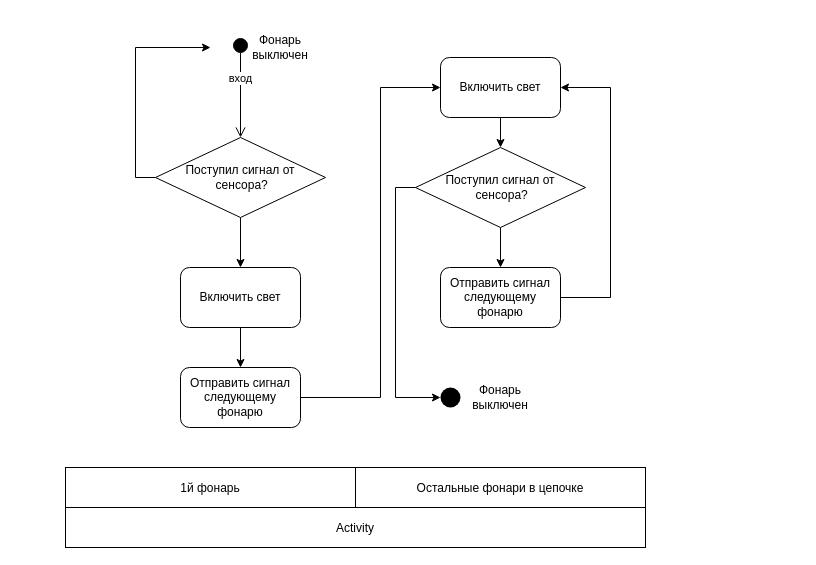
yanelena/diagrams keeps this draw.io diagram as page "Page-3" (3 of 8) of condition.drawio. Above is the earlier version. Source tidied: cells renumbered, new cells numbered last; positions are measured from the earlier drawing's top-left corner, leaving out a move shared by most shapes. Both pictures are drawn from the tidied source at 100%, with x=0, y=0 at pixel (65, 37).
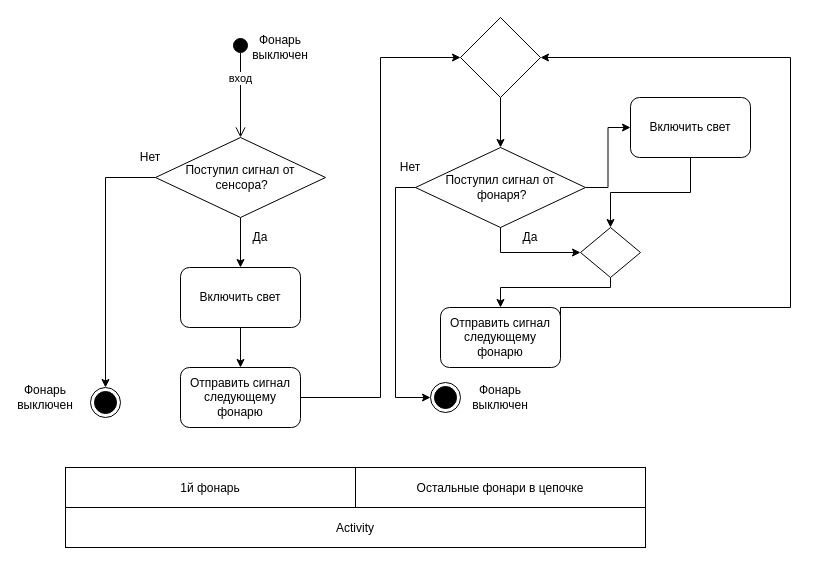
The same page after the edit.

Unchanged cells that the change refers to:
```xml
<mxCell id="7" value="Отправить сигнал&lt;br&gt;следующему фонарю" style="rounded=1;whiteSpace=wrap;html=1;" parent="1" vertex="1">
  <mxGeometry x="115" y="330" width="120" height="60" as="geometry" />
</mxCell>
<mxCell id="10" value="Поступил сигнал от&lt;br&gt;&amp;nbsp;сенсора?" style="rhombus;whiteSpace=wrap;html=1;" parent="1" vertex="1">
  <mxGeometry x="90" y="100" width="170" height="80" as="geometry" />
</mxCell>
```

The edit, as a diff of the source:
```diff
@@
-    <mxCell id="6" style="edgeStyle=orthogonalEdgeStyle;rounded=0;jettySize=auto;html=1;exitX=1;exitY=0.5;exitDx=0;exitDy=0;entryX=0;entryY=0.5;entryDx=0;entryDy=0;" parent="1" edge="1" source="7" target="12">
+    <mxCell id="6" style="edgeStyle=orthogonalEdgeStyle;rounded=0;jettySize=auto;html=1;exitX=1;exitY=0.5;exitDx=0;exitDy=0;entryX=0;entryY=0.5;entryDx=0;entryDy=0;" parent="1" edge="1" source="7" target="32">
       <mxGeometry relative="1" as="geometry">
         <Array as="points">
           <mxPoint x="315" y="360" />
-          <mxPoint x="315" y="50" />
+          <mxPoint x="315" y="20" />
         </Array>
       </mxGeometry>
     </mxCell>
@@
-    <mxCell id="8" style="edgeStyle=orthogonalEdgeStyle;rounded=0;jettySize=auto;html=1;exitX=0;exitY=0.5;exitDx=0;exitDy=0;" parent="1" edge="1" source="10">
+    <mxCell id="8" style="edgeStyle=orthogonalEdgeStyle;rounded=0;jettySize=auto;html=1;exitX=0;exitY=0.5;exitDx=0;exitDy=0;entryX=0.5;entryY=0;entryDx=0;entryDy=0;" parent="1" edge="1" source="10" target="30">
       <mxGeometry relative="1" as="geometry">
-        <mxPoint x="145" y="10" as="targetPoint" />
         <Array as="points">
-          <mxPoint x="70" y="140" />
-          <mxPoint x="70" y="10" />
+          <mxPoint x="40" y="140" />
         </Array>
       </mxGeometry>
     </mxCell>
@@
-    <mxCell id="11" style="edgeStyle=orthogonalEdgeStyle;rounded=0;jettySize=auto;html=1;exitX=0.5;exitY=1;exitDx=0;exitDy=0;entryX=0.5;entryY=0;entryDx=0;entryDy=0;" parent="1" edge="1" source="12" target="15">
-      <mxGeometry relative="1" as="geometry" />
-    </mxCell>
+    <mxCell id="23" style="edgeStyle=orthogonalEdgeStyle;rounded=0;jettySize=auto;html=1;exitX=0.5;exitY=1;exitDx=0;exitDy=0;entryX=0.5;entryY=0;entryDx=0;entryDy=0;" parent="1" edge="1" source="12" target="35">
+      <mxGeometry relative="1" as="geometry" />
+    </mxCell>
     <mxCell id="12" value="Включить свет" style="rounded=1;whiteSpace=wrap;html=1;" parent="1" vertex="1">
-      <mxGeometry x="375" y="20" width="120" height="60" as="geometry" />
+      <mxGeometry x="565" y="60" width="120" height="60" as="geometry" />
     </mxCell>
-    <mxCell id="13" style="edgeStyle=orthogonalEdgeStyle;rounded=0;jettySize=auto;html=1;exitX=0.5;exitY=1;exitDx=0;exitDy=0;entryX=0.5;entryY=0;entryDx=0;entryDy=0;" parent="1" edge="1" source="15" target="17">
+    <mxCell id="13" style="edgeStyle=orthogonalEdgeStyle;rounded=0;jettySize=auto;html=1;exitX=0.5;exitY=1;exitDx=0;exitDy=0;entryX=0;entryY=0.5;entryDx=0;entryDy=0;" parent="1" edge="1" source="15" target="35">
       <mxGeometry relative="1" as="geometry" />
     </mxCell>
-    <mxCell id="14" style="edgeStyle=orthogonalEdgeStyle;rounded=0;jettySize=auto;html=1;exitX=0;exitY=0.5;exitDx=0;exitDy=0;entryX=0;entryY=0.5;entryDx=0;entryDy=0;" parent="1" edge="1" source="15" target="18">
+    <mxCell id="14" style="edgeStyle=orthogonalEdgeStyle;rounded=0;jettySize=auto;html=1;exitX=0;exitY=0.5;exitDx=0;exitDy=0;entryX=0;entryY=0.5;entryDx=0;entryDy=0;" parent="1" edge="1" source="15" target="29">
       <mxGeometry relative="1" as="geometry" />
     </mxCell>
+    <mxCell id="24" style="edgeStyle=orthogonalEdgeStyle;rounded=0;jettySize=auto;html=1;exitX=1;exitY=0.5;exitDx=0;exitDy=0;entryX=0;entryY=0.5;entryDx=0;entryDy=0;" parent="1" edge="1" source="15" target="12">
+      <mxGeometry relative="1" as="geometry" />
+    </mxCell>
-    <mxCell id="15" value="Поступил сигнал от&lt;br&gt;&amp;nbsp;сенсора?" style="rhombus;whiteSpace=wrap;html=1;" parent="1" vertex="1">
+    <mxCell id="15" value="Поступил сигнал от&lt;br&gt;&amp;nbsp;фонаря?" style="rhombus;whiteSpace=wrap;html=1;" parent="1" vertex="1">
       <mxGeometry x="350" y="110" width="170" height="80" as="geometry" />
     </mxCell>
-    <mxCell id="16" style="edgeStyle=orthogonalEdgeStyle;rounded=0;jettySize=auto;html=1;exitX=1;exitY=0.5;exitDx=0;exitDy=0;entryX=1;entryY=0.5;entryDx=0;entryDy=0;" parent="1" edge="1" source="17" target="12">
+    <mxCell id="16" style="edgeStyle=orthogonalEdgeStyle;rounded=0;jettySize=auto;html=1;exitX=1;exitY=0.5;exitDx=0;exitDy=0;entryX=1;entryY=0.5;entryDx=0;entryDy=0;" parent="1" edge="1" source="17" target="32">
       <mxGeometry relative="1" as="geometry">
         <Array as="points">
-          <mxPoint x="545" y="260" />
-          <mxPoint x="545" y="50" />
+          <mxPoint x="495" y="270" />
+          <mxPoint x="725" y="270" />
+          <mxPoint x="725" y="20" />
         </Array>
       </mxGeometry>
     </mxCell>
     <mxCell id="17" value="Отправить сигнал&lt;br&gt;следующему фонарю" style="rounded=1;whiteSpace=wrap;html=1;" parent="1" vertex="1">
-      <mxGeometry x="375" y="230" width="120" height="60" as="geometry" />
+      <mxGeometry x="375" y="270" width="120" height="60" as="geometry" />
     </mxCell>
-    <mxCell id="18" style="ellipse;fillColor=#000000;strokeColor=none;" parent="1" vertex="1">
-      <mxGeometry x="375" y="350" width="20" height="20" as="geometry" />
-    </mxCell>
@@
+    <mxCell id="25" value="Да" style="text;html=1;strokeColor=none;fillColor=none;align=center;verticalAlign=middle;whiteSpace=wrap;rounded=0;" parent="1" vertex="1">
+      <mxGeometry x="175" y="190" width="40" height="20" as="geometry" />
+    </mxCell>
+    <mxCell id="26" value="Да" style="text;html=1;strokeColor=none;fillColor=none;align=center;verticalAlign=middle;whiteSpace=wrap;rounded=0;" parent="1" vertex="1">
+      <mxGeometry x="445" y="190" width="40" height="20" as="geometry" />
+    </mxCell>
+    <mxCell id="27" value="Нет" style="text;html=1;strokeColor=none;fillColor=none;align=center;verticalAlign=middle;whiteSpace=wrap;rounded=0;" parent="1" vertex="1">
+      <mxGeometry x="65" y="110" width="40" height="20" as="geometry" />
+    </mxCell>
+    <mxCell id="28" value="Нет" style="text;html=1;strokeColor=none;fillColor=none;align=center;verticalAlign=middle;whiteSpace=wrap;rounded=0;" parent="1" vertex="1">
+      <mxGeometry x="325" y="120" width="40" height="20" as="geometry" />
+    </mxCell>
+    <mxCell id="29" style="ellipse;html=1;shape=endState;fillColor=#000000;strokeColor=#000000;" parent="1" vertex="1">
+      <mxGeometry x="365" y="345" width="30" height="30" as="geometry" />
+    </mxCell>
+    <mxCell id="30" style="ellipse;html=1;shape=endState;fillColor=#000000;strokeColor=#000000;" parent="1" vertex="1">
+      <mxGeometry x="25" y="350" width="30" height="30" as="geometry" />
+    </mxCell>
+    <mxCell id="31" style="edgeStyle=none;rounded=0;jettySize=auto;html=1;exitX=0.5;exitY=1;exitDx=0;exitDy=0;entryX=0.5;entryY=0;entryDx=0;entryDy=0;" parent="1" edge="1" source="32" target="15">
+      <mxGeometry relative="1" as="geometry" />
+    </mxCell>
+    <mxCell id="32" style="rhombus;whiteSpace=wrap;html=1;" parent="1" vertex="1">
+      <mxGeometry x="395" y="-20" width="80" height="80" as="geometry" />
+    </mxCell>
+    <mxCell id="33" style="edgeStyle=none;rounded=0;orthogonalLoop=1;jettySize=auto;html=1;exitX=1;exitY=0.5;exitDx=0;exitDy=0;" parent="1" edge="1" source="15" target="15">
+      <mxGeometry relative="1" as="geometry" />
+    </mxCell>
+    <mxCell id="34" style="edgeStyle=orthogonalEdgeStyle;rounded=0;jettySize=auto;html=1;exitX=0.5;exitY=1;exitDx=0;exitDy=0;" parent="1" edge="1" source="35" target="17">
+      <mxGeometry relative="1" as="geometry">
+        <Array as="points">
+          <mxPoint x="545" y="250" />
+          <mxPoint x="435" y="250" />
+        </Array>
+      </mxGeometry>
+    </mxCell>
+    <mxCell id="35" style="rhombus;whiteSpace=wrap;html=1;" parent="1" vertex="1">
+      <mxGeometry x="515" y="190" width="60" height="50" as="geometry" />
+    </mxCell>
+    <mxCell id="36" value="Фонарь выключен" style="text;html=1;strokeColor=none;fillColor=none;align=center;verticalAlign=middle;whiteSpace=wrap;rounded=0;" parent="1" vertex="1">
+      <mxGeometry x="-40" y="350" width="40" height="20" as="geometry" />
+    </mxCell>
```
